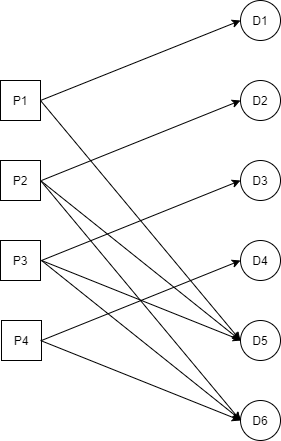
Earlier version of the draw.io export Untitled Diagram.png (echang1802/mim_pna_2). Source tidied: cells renumbered, new cells last; positions are measured from the earlier drawing's top-left corner, leaving out a move shared by most shapes. The source it was exported from:
```xml
<mxGraphModel>
  <root>
    <mxCell id="0" />
    <mxCell id="1" parent="0" />
    <mxCell id="2" value="P1" style="whiteSpace=wrap;html=1;" parent="1" vertex="1">
      <mxGeometry y="80" width="40" height="40" as="geometry" />
    </mxCell>
    <mxCell id="3" value="P2" style="whiteSpace=wrap;html=1;" parent="1" vertex="1">
      <mxGeometry y="160" width="40" height="40" as="geometry" />
    </mxCell>
    <mxCell id="4" value="P3" style="whiteSpace=wrap;html=1;" parent="1" vertex="1">
      <mxGeometry y="240" width="40" height="40" as="geometry" />
    </mxCell>
    <mxCell id="5" value="P4" style="whiteSpace=wrap;html=1;" parent="1" vertex="1">
      <mxGeometry x="1" y="320" width="40" height="40" as="geometry" />
    </mxCell>
    <mxCell id="6" value="D1" style="ellipse;whiteSpace=wrap;html=1;" parent="1" vertex="1">
      <mxGeometry x="240" width="40" height="40" as="geometry" />
    </mxCell>
    <mxCell id="7" value="D2" style="ellipse;whiteSpace=wrap;html=1;" parent="1" vertex="1">
      <mxGeometry x="240" y="80" width="40" height="40" as="geometry" />
    </mxCell>
    <mxCell id="8" value="D3" style="ellipse;whiteSpace=wrap;html=1;" parent="1" vertex="1">
      <mxGeometry x="240" y="160" width="40" height="40" as="geometry" />
    </mxCell>
    <mxCell id="9" value="D4" style="ellipse;whiteSpace=wrap;html=1;" parent="1" vertex="1">
      <mxGeometry x="240" y="240" width="40" height="40" as="geometry" />
    </mxCell>
    <mxCell id="10" value="D5" style="ellipse;whiteSpace=wrap;html=1;" parent="1" vertex="1">
      <mxGeometry x="240" y="320" width="40" height="40" as="geometry" />
    </mxCell>
    <mxCell id="11" value="D6" style="ellipse;whiteSpace=wrap;html=1;" parent="1" vertex="1">
      <mxGeometry x="240" y="400" width="40" height="40" as="geometry" />
    </mxCell>
    <mxCell id="12" style="endArrow=classic;html=1;entryX=0;entryY=0.5;entryDx=0;entryDy=0;" parent="1" edge="1" target="6">
      <mxGeometry relative="1" as="geometry">
        <mxPoint x="40" y="100" as="sourcePoint" />
      </mxGeometry>
    </mxCell>
    <mxCell id="13" style="endArrow=classic;html=1;entryX=0;entryY=0.5;entryDx=0;entryDy=0;" parent="1" edge="1" target="7">
      <mxGeometry relative="1" as="geometry">
        <mxPoint x="41" y="180" as="sourcePoint" />
      </mxGeometry>
    </mxCell>
    <mxCell id="14" style="endArrow=classic;html=1;entryX=0;entryY=0.5;entryDx=0;entryDy=0;" parent="1" edge="1">
      <mxGeometry relative="1" as="geometry">
        <mxPoint x="41" y="260" as="sourcePoint" />
        <mxPoint x="240" y="180" as="targetPoint" />
      </mxGeometry>
    </mxCell>
    <mxCell id="15" style="endArrow=classic;html=1;entryX=0;entryY=0.5;entryDx=0;entryDy=0;" parent="1" edge="1">
      <mxGeometry relative="1" as="geometry">
        <mxPoint x="41" y="340" as="sourcePoint" />
        <mxPoint x="240" y="260" as="targetPoint" />
      </mxGeometry>
    </mxCell>
    <mxCell id="16" style="endArrow=classic;html=1;entryX=0;entryY=0.5;entryDx=0;entryDy=0;" parent="1" edge="1" target="10">
      <mxGeometry relative="1" as="geometry">
        <mxPoint x="40" y="180" as="sourcePoint" />
      </mxGeometry>
    </mxCell>
    <mxCell id="17" style="endArrow=classic;html=1;entryX=0;entryY=0.5;entryDx=0;entryDy=0;" parent="1" edge="1" target="10">
      <mxGeometry relative="1" as="geometry">
        <mxPoint x="40" y="100" as="sourcePoint" />
      </mxGeometry>
    </mxCell>
    <mxCell id="18" style="endArrow=classic;html=1;" parent="1" edge="1">
      <mxGeometry relative="1" as="geometry">
        <mxPoint x="41" y="260" as="sourcePoint" />
        <mxPoint x="241" y="340" as="targetPoint" />
      </mxGeometry>
    </mxCell>
    <mxCell id="19" style="endArrow=classic;html=1;entryX=0;entryY=0.5;entryDx=0;entryDy=0;" parent="1" edge="1">
      <mxGeometry relative="1" as="geometry">
        <mxPoint x="41" y="260" as="sourcePoint" />
        <mxPoint x="241" y="420" as="targetPoint" />
      </mxGeometry>
    </mxCell>
    <mxCell id="20" style="endArrow=classic;html=1;entryX=0;entryY=0.5;entryDx=0;entryDy=0;" parent="1" edge="1" target="11">
      <mxGeometry relative="1" as="geometry">
        <mxPoint x="40" y="180" as="sourcePoint" />
      </mxGeometry>
    </mxCell>
    <mxCell id="21" style="endArrow=classic;html=1;entryX=0;entryY=0.5;entryDx=0;entryDy=0;" parent="1" edge="1" target="11">
      <mxGeometry relative="1" as="geometry">
        <mxPoint x="40" y="340" as="sourcePoint" />
      </mxGeometry>
    </mxCell>
  </root>
</mxGraphModel>
```
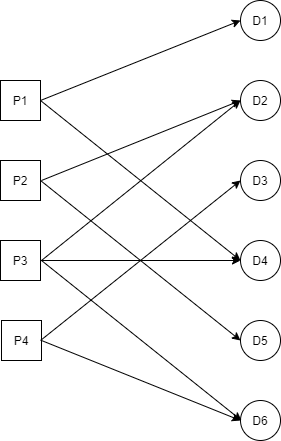
The same diagram one commit later.

What changed in the source:
```diff
@@ -42,49 +42,38 @@
         <mxPoint x="41" y="180" as="sourcePoint" />
       </mxGeometry>
     </mxCell>
-    <mxCell id="14" style="endArrow=classic;html=1;entryX=0;entryY=0.5;entryDx=0;entryDy=0;" parent="1" edge="1">
+    <mxCell id="14" style="endArrow=classic;html=1;entryX=0;entryY=0.5;entryDx=0;entryDy=0;" parent="1" edge="1" target="7">
       <mxGeometry relative="1" as="geometry">
         <mxPoint x="41" y="260" as="sourcePoint" />
-        <mxPoint x="240" y="180" as="targetPoint" />
       </mxGeometry>
     </mxCell>
-    <mxCell id="15" style="endArrow=classic;html=1;entryX=0;entryY=0.5;entryDx=0;entryDy=0;" parent="1" edge="1">
-      <mxGeometry relative="1" as="geometry">
-        <mxPoint x="41" y="340" as="sourcePoint" />
-        <mxPoint x="240" y="260" as="targetPoint" />
-      </mxGeometry>
-    </mxCell>
-    <mxCell id="16" style="endArrow=classic;html=1;entryX=0;entryY=0.5;entryDx=0;entryDy=0;" parent="1" edge="1" target="10">
-      <mxGeometry relative="1" as="geometry">
-        <mxPoint x="40" y="180" as="sourcePoint" />
-      </mxGeometry>
-    </mxCell>
-    <mxCell id="17" style="endArrow=classic;html=1;entryX=0;entryY=0.5;entryDx=0;entryDy=0;" parent="1" edge="1" target="10">
-      <mxGeometry relative="1" as="geometry">
-        <mxPoint x="40" y="100" as="sourcePoint" />
-      </mxGeometry>
-    </mxCell>
-    <mxCell id="18" style="endArrow=classic;html=1;" parent="1" edge="1">
-      <mxGeometry relative="1" as="geometry">
-        <mxPoint x="41" y="260" as="sourcePoint" />
-        <mxPoint x="241" y="340" as="targetPoint" />
-      </mxGeometry>
-    </mxCell>
     <mxCell id="19" style="endArrow=classic;html=1;entryX=0;entryY=0.5;entryDx=0;entryDy=0;" parent="1" edge="1">
       <mxGeometry relative="1" as="geometry">
         <mxPoint x="41" y="260" as="sourcePoint" />
         <mxPoint x="241" y="420" as="targetPoint" />
       </mxGeometry>
     </mxCell>
-    <mxCell id="20" style="endArrow=classic;html=1;entryX=0;entryY=0.5;entryDx=0;entryDy=0;" parent="1" edge="1" target="11">
-      <mxGeometry relative="1" as="geometry">
-        <mxPoint x="40" y="180" as="sourcePoint" />
-      </mxGeometry>
-    </mxCell>
-    <mxCell id="21" style="endArrow=classic;html=1;entryX=0;entryY=0.5;entryDx=0;entryDy=0;" parent="1" edge="1" target="11">
+    <mxCell id="21" style="endArrow=classic;html=1;entryX=0;entryY=0.5;entryDx=0;entryDy=0;" parent="1" edge="1" target="8">
       <mxGeometry relative="1" as="geometry">
         <mxPoint x="40" y="340" as="sourcePoint" />
       </mxGeometry>
     </mxCell>
+    <mxCell id="22" style="endArrow=classic;html=1;" parent="1" edge="1">
+      <mxGeometry relative="1" as="geometry">
+        <mxPoint x="40" y="100" as="sourcePoint" />
+        <mxPoint x="240" y="260" as="targetPoint" />
+      </mxGeometry>
+    </mxCell>
+    <mxCell id="23" style="endArrow=classic;html=1;entryX=0;entryY=0.5;entryDx=0;entryDy=0;exitX=1;exitY=0.5;exitDx=0;exitDy=0;" parent="1" edge="1" source="3" target="10">
+      <mxGeometry relative="1" as="geometry" />
+    </mxCell>
+    <mxCell id="24" style="endArrow=classic;html=1;exitX=1;exitY=0.5;exitDx=0;exitDy=0;" parent="1" edge="1" source="5">
+      <mxGeometry relative="1" as="geometry">
+        <mxPoint x="240" y="420" as="targetPoint" />
+      </mxGeometry>
+    </mxCell>
+    <mxCell id="25" style="endArrow=classic;html=1;entryX=0;entryY=0.5;entryDx=0;entryDy=0;exitX=1;exitY=0.5;exitDx=0;exitDy=0;" parent="1" edge="1" source="4" target="9">
+      <mxGeometry relative="1" as="geometry" />
+    </mxCell>
   </root>
 </mxGraphModel>
```
